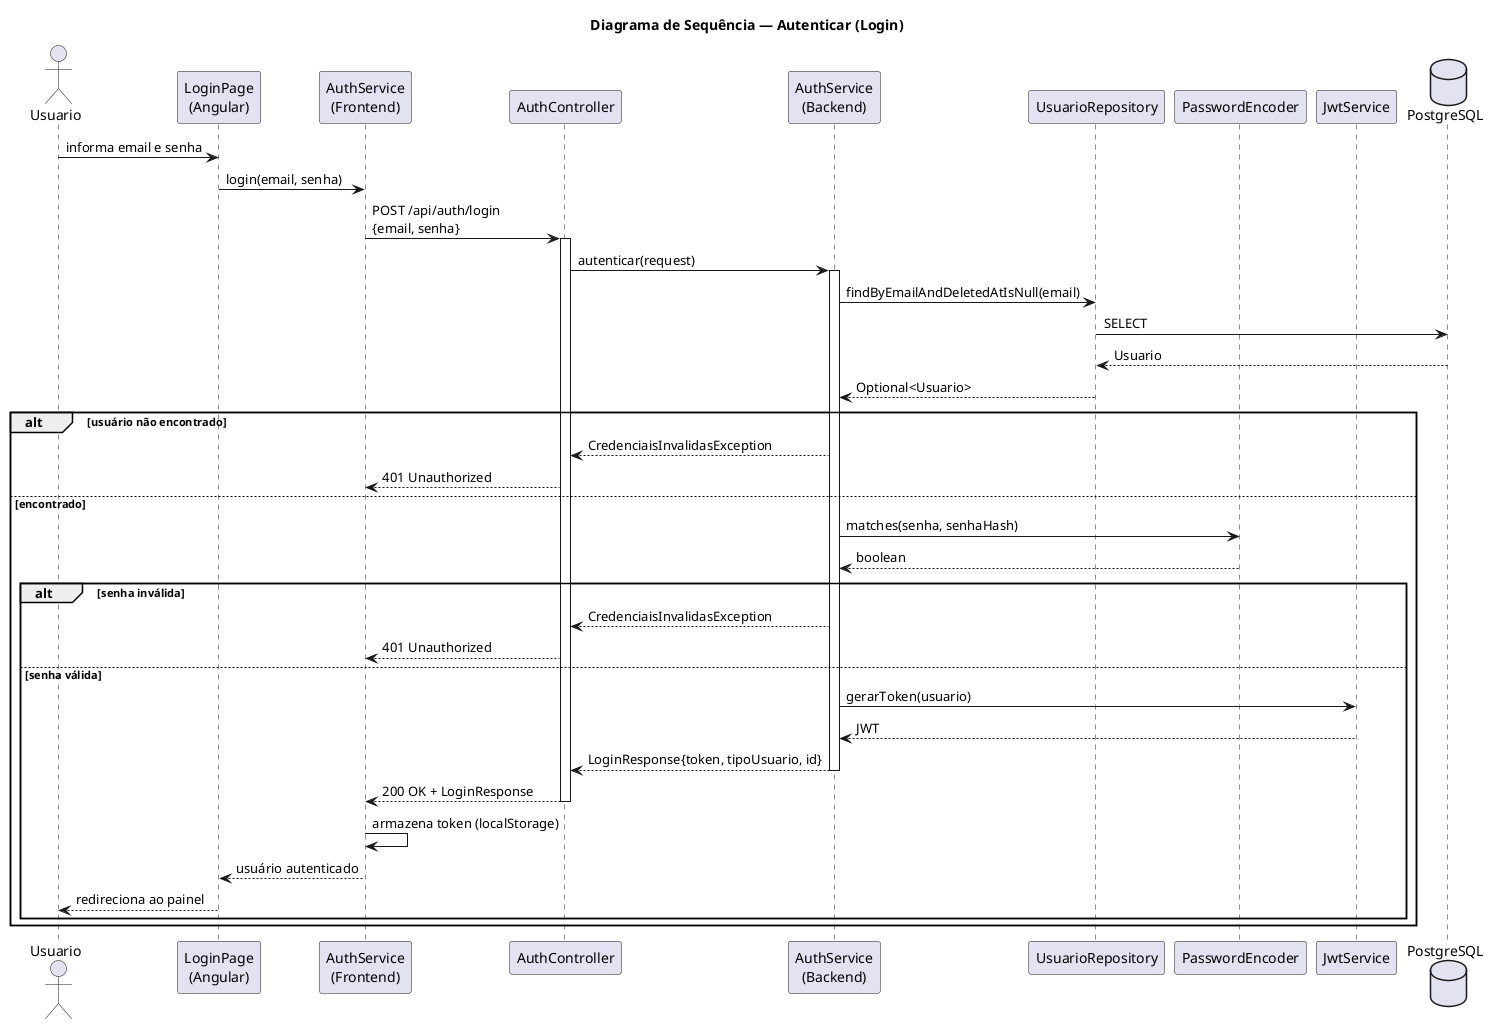
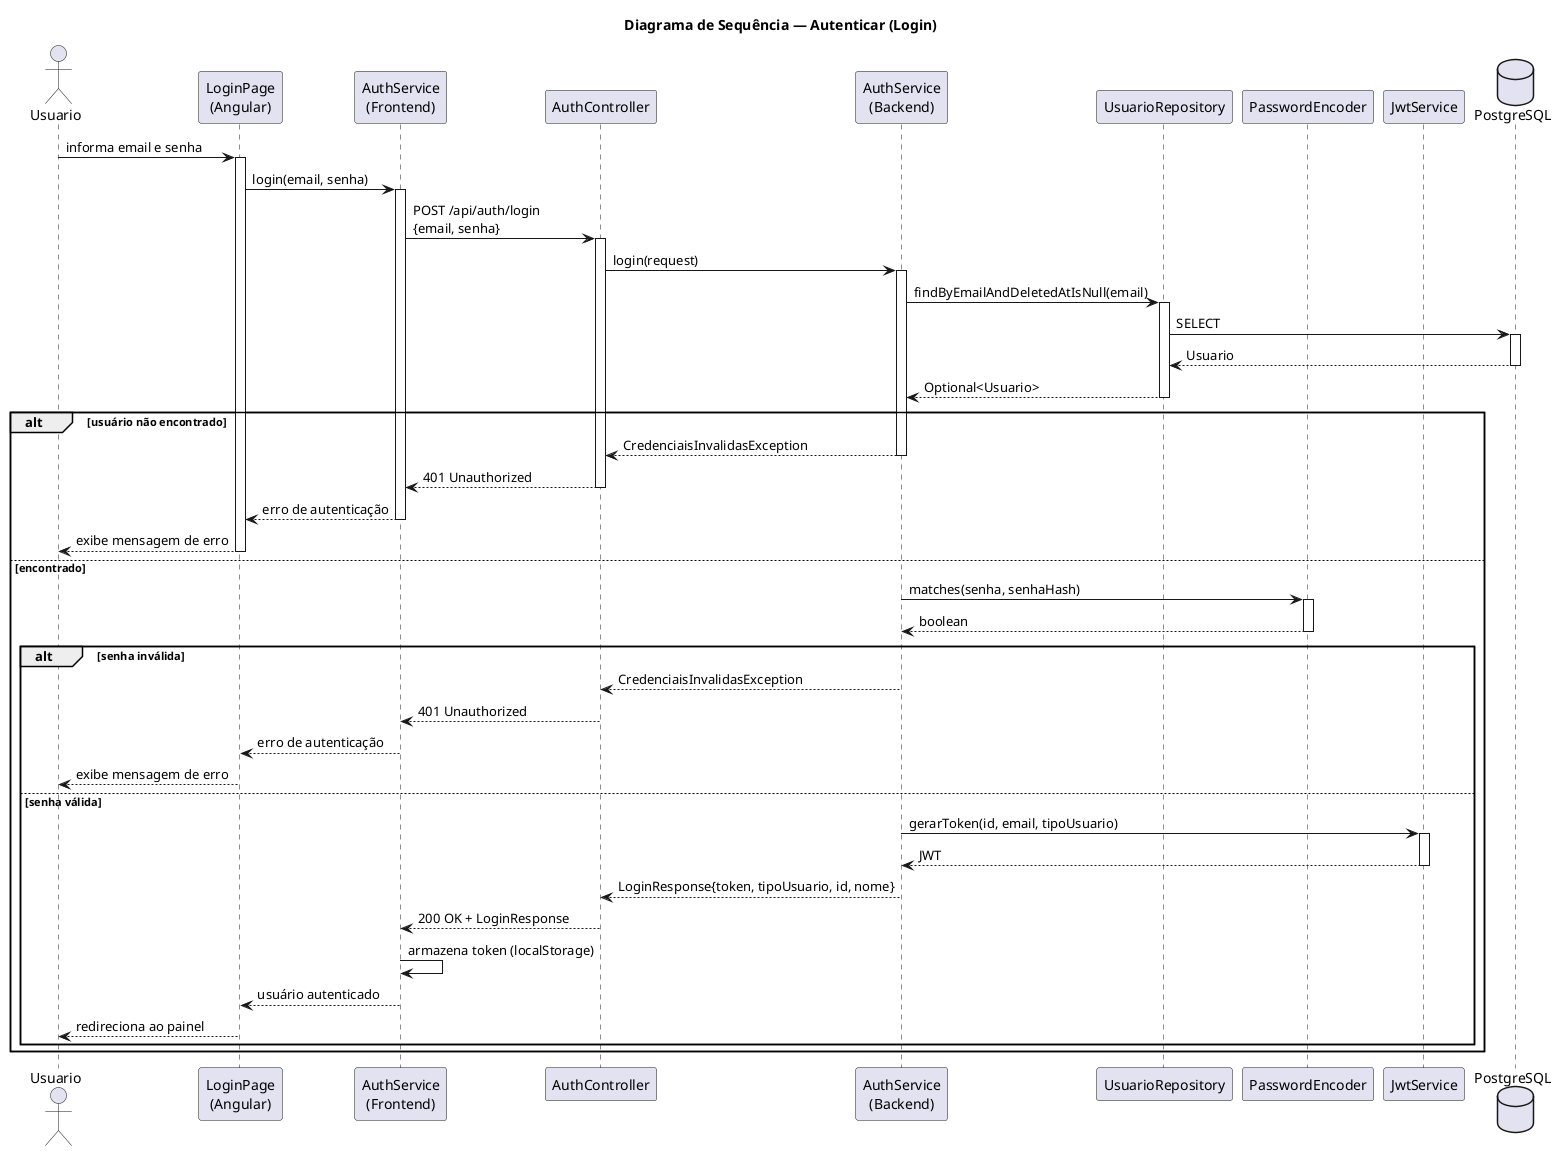
@startuml
title Diagrama de Sequência — Autenticar (Login)

actor Usuario as U
participant "LoginPage\n(Angular)" as Page
participant "AuthService\n(Frontend)" as FeSvc
participant "AuthController" as Ctrl
participant "AuthService\n(Backend)" as Svc
participant "UsuarioRepository" as Repo
participant "PasswordEncoder" as Pwd
participant "JwtService" as Jwt
database "PostgreSQL" as DB

U -> Page : informa email e senha
+ activate Page
Page -> FeSvc : login(email, senha)
+ activate FeSvc
FeSvc -> Ctrl : POST /api/auth/login\n{email, senha}
activate Ctrl
- Ctrl -> Svc : autenticar(request)
+ Ctrl -> Svc : login(request)
activate Svc

Svc -> Repo : findByEmailAndDeletedAtIsNull(email)
+ activate Repo
Repo -> DB : SELECT
+ activate DB
DB --> Repo : Usuario
+ deactivate DB
Repo --> Svc : Optional<Usuario>
+ deactivate Repo

alt usuário não encontrado
    Svc --> Ctrl : CredenciaisInvalidasException
+     deactivate Svc
    Ctrl --> FeSvc : 401 Unauthorized
+     deactivate Ctrl
+     FeSvc --> Page : erro de autenticação
+     deactivate FeSvc
+     Page --> U : exibe mensagem de erro
+     deactivate Page
else encontrado
    Svc -> Pwd : matches(senha, senhaHash)
+     activate Pwd
    Pwd --> Svc : boolean
+     deactivate Pwd
    alt senha inválida
        Svc --> Ctrl : CredenciaisInvalidasException
+         deactivate Svc
        Ctrl --> FeSvc : 401 Unauthorized
+         deactivate Ctrl
+         FeSvc --> Page : erro de autenticação
+         deactivate FeSvc
+         Page --> U : exibe mensagem de erro
+         deactivate Page
    else senha válida
-         Svc -> Jwt : gerarToken(usuario)
+         Svc -> Jwt : gerarToken(id, email, tipoUsuario)
+         activate Jwt
        Jwt --> Svc : JWT
-         Svc --> Ctrl : LoginResponse{token, tipoUsuario, id}
+         deactivate Jwt
+         Svc --> Ctrl : LoginResponse{token, tipoUsuario, id, nome}
        deactivate Svc
        Ctrl --> FeSvc : 200 OK + LoginResponse
        deactivate Ctrl
        FeSvc -> FeSvc : armazena token (localStorage)
        FeSvc --> Page : usuário autenticado
+         deactivate FeSvc
        Page --> U : redireciona ao painel
+         deactivate Page
    end
end

@enduml
